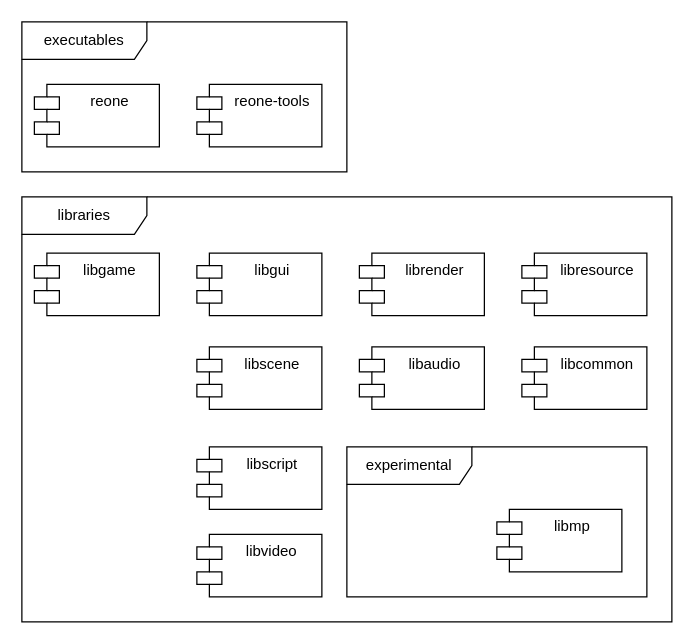
The draw.io diagram images/modules.drawio in seedhartha/reone, before the edit. Source tidied: cells renumbered, new cells numbered last; positions are measured from the earlier drawing's top-left corner, leaving out a move shared by most shapes. Both pictures are drawn from the tidied source at 125%, with x=0, y=0 at pixel (21, 21).
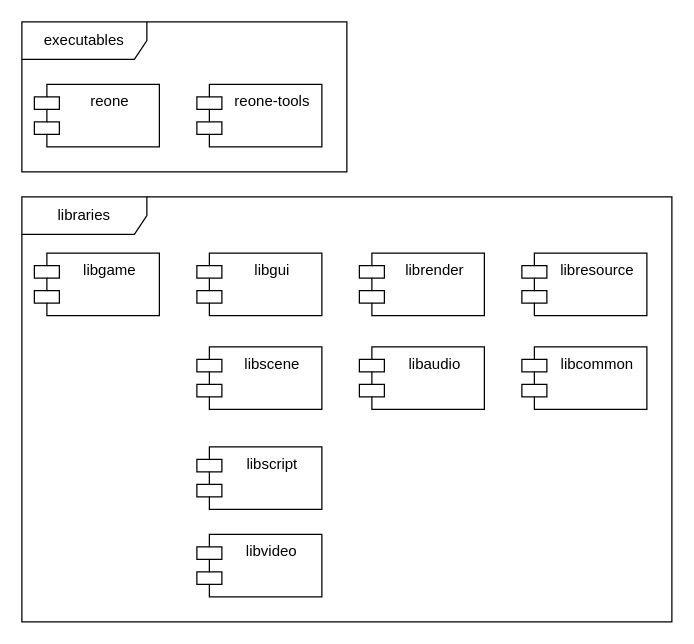
Above is the later version.

Commit message (it also covers changes not shown here):
doc: Update modules diagram

[ci skip]

Change to the diagram source:
```diff
@@
 <mxGraphModel>
   <root>
     <mxCell id="0" />
     <mxCell id="1" parent="0" />
     <mxCell id="2" value="libraries" style="shape=umlFrame;whiteSpace=wrap;html=1;width=100;height=30;" parent="1" vertex="1">
       <mxGeometry y="140" width="520" height="340" as="geometry" />
     </mxCell>
-    <mxCell id="3" style="group;" parent="1" vertex="1">
-      <mxGeometry x="270" y="340" width="230" height="120" as="geometry" />
-    </mxCell>
-    <mxCell id="4" value="experimental" style="shape=umlFrame;whiteSpace=wrap;html=1;width=100;height=30;" parent="3" vertex="1">
-      <mxGeometry x="-10" width="240" height="120" as="geometry" />
-    </mxCell>
-    <mxCell id="5" value="libmp" style="shape=module;align=left;spacingLeft=20;align=center;verticalAlign=top;html=1;" parent="3" vertex="1">
-      <mxGeometry x="110" y="50" width="100" height="50" as="geometry" />
-    </mxCell>
     <mxCell id="6" style="group;" parent="1" vertex="1">
       <mxGeometry width="260" height="120" as="geometry" />
     </mxCell>
     <mxCell id="7" style="group;" parent="6" vertex="1">
       <mxGeometry width="260" height="120" as="geometry" />
     </mxCell>
     <mxCell id="8" value="executables" style="shape=umlFrame;whiteSpace=wrap;html=1;width=100;height=30;flipH=0;" parent="7" vertex="1">
       <mxGeometry width="260" height="120" as="geometry" />
     </mxCell>
     <mxCell id="9" value="reone" style="shape=module;align=left;spacingLeft=20;align=center;verticalAlign=top;html=1;" parent="7" vertex="1">
       <mxGeometry x="10" y="50" width="100" height="50" as="geometry" />
     </mxCell>
     <mxCell id="10" value="reone-tools" style="shape=module;align=left;spacingLeft=20;align=center;verticalAlign=top;html=1;" parent="7" vertex="1">
       <mxGeometry x="140" y="50" width="100" height="50" as="geometry" />
     </mxCell>
     <mxCell id="11" value="libgame" style="shape=module;align=center;spacingLeft=20;align=center;verticalAlign=top;html=1;labelPosition=center;verticalLabelPosition=middle;" parent="1" vertex="1">
       <mxGeometry x="10" y="185" width="100" height="50" as="geometry" />
     </mxCell>
     <mxCell id="12" value="libcommon" style="shape=module;align=left;spacingLeft=20;align=center;verticalAlign=top;html=1;" parent="1" vertex="1">
       <mxGeometry x="400" y="260" width="100" height="50" as="geometry" />
     </mxCell>
     <mxCell id="13" value="libaudio" style="shape=module;align=left;spacingLeft=20;align=center;verticalAlign=top;html=1;" parent="1" vertex="1">
       <mxGeometry x="270" y="260" width="100" height="50" as="geometry" />
     </mxCell>
     <mxCell id="14" value="librender" style="shape=module;align=left;spacingLeft=20;align=center;verticalAlign=top;html=1;" parent="1" vertex="1">
       <mxGeometry x="270" y="185" width="100" height="50" as="geometry" />
     </mxCell>
     <mxCell id="15" value="libresource" style="shape=module;align=left;spacingLeft=20;align=center;verticalAlign=top;html=1;" parent="1" vertex="1">
       <mxGeometry x="400" y="185" width="100" height="50" as="geometry" />
     </mxCell>
     <mxCell id="16" value="libscene" style="shape=module;align=left;spacingLeft=20;align=center;verticalAlign=top;html=1;" parent="1" vertex="1">
       <mxGeometry x="140" y="260" width="100" height="50" as="geometry" />
     </mxCell>
     <mxCell id="17" value="libgui" style="shape=module;align=left;spacingLeft=20;align=center;verticalAlign=top;html=1;" parent="1" vertex="1">
       <mxGeometry x="140" y="185" width="100" height="50" as="geometry" />
     </mxCell>
     <mxCell id="18" value="libscript" style="shape=module;align=left;spacingLeft=20;align=center;verticalAlign=top;html=1;" parent="1" vertex="1">
       <mxGeometry x="140" y="340" width="100" height="50" as="geometry" />
     </mxCell>
     <mxCell id="19" value="libvideo" style="shape=module;align=left;spacingLeft=20;align=center;verticalAlign=top;" parent="1" vertex="1">
       <mxGeometry x="140" y="410" width="100" height="50" as="geometry" />
     </mxCell>
   </root>
 </mxGraphModel>
```
